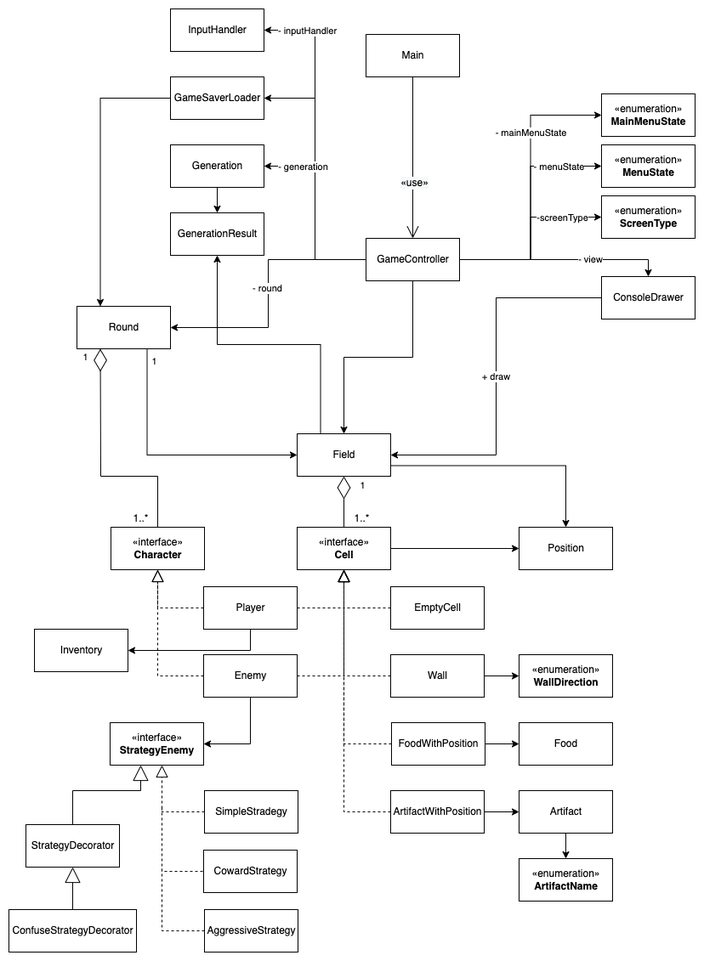
Earlier version of the draw.io export img/Logic.png (MariaChizhova/HSE-SD-Roguelike). Source tidied: cells renumbered, new cells last; positions are measured from the earlier drawing's top-left corner, leaving out a move shared by most shapes.
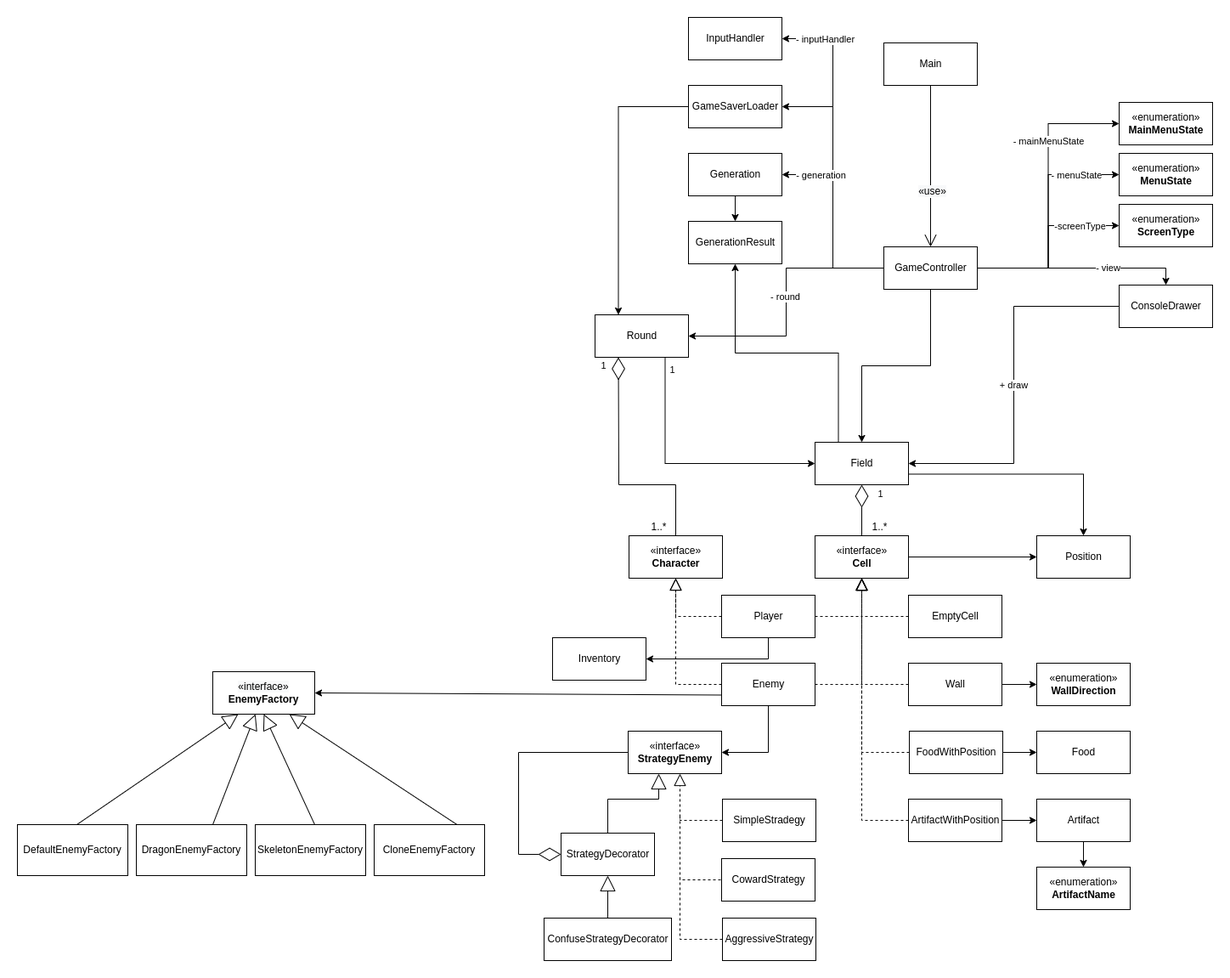
Later version of the same file.

Change to the diagram source:
```diff
@@ -305,10 +305,10 @@
       </mxGeometry>
     </mxCell>
     <mxCell id="80" value="&lt;pre style=&quot;background-color: rgb(255 , 255 , 255) ; color: rgb(8 , 8 , 8)&quot;&gt;&lt;span style=&quot;color: rgb(0 , 0 , 0)&quot;&gt;&lt;font face=&quot;Helvetica&quot;&gt;StrategyDecorator&lt;/font&gt;&lt;/span&gt;&lt;/pre&gt;" style="html=1;" parent="1" vertex="1">
-      <mxGeometry x="20" y="960" width="110" height="50" as="geometry" />
+      <mxGeometry x="40" y="960" width="110" height="50" as="geometry" />
     </mxCell>
     <mxCell id="81" value="&lt;pre style=&quot;background-color: rgb(255 , 255 , 255) ; color: rgb(8 , 8 , 8)&quot;&gt;&lt;span style=&quot;color: rgb(0 , 0 , 0)&quot;&gt;&lt;font face=&quot;Helvetica&quot;&gt;ConfuseStrategyDecorator&lt;/font&gt;&lt;/span&gt;&lt;/pre&gt;" style="html=1;" parent="1" vertex="1">
-      <mxGeometry y="1060" width="150" height="50" as="geometry" />
+      <mxGeometry x="20" y="1060" width="150" height="50" as="geometry" />
     </mxCell>
     <mxCell id="82" style="endArrow=block;endSize=16;endFill=0;html=1;rounded=0;fontFamily=Helvetica;exitX=0.5;exitY=0;exitDx=0;exitDy=0;" parent="1" edge="1" source="81" target="80">
       <mxGeometry relative="1" as="geometry" />
@@ -317,10 +317,63 @@
       <mxGeometry relative="1" as="geometry">
         <mxPoint x="155" y="890" as="targetPoint" />
         <Array as="points">
-          <mxPoint x="75" y="920" />
+          <mxPoint x="95" y="920" />
           <mxPoint x="155" y="920" />
         </Array>
       </mxGeometry>
     </mxCell>
+    <mxCell id="84" style="endArrow=diamondThin;endFill=0;endSize=24;html=1;rounded=0;entryX=0;entryY=0.5;entryDx=0;entryDy=0;exitX=0;exitY=0.5;exitDx=0;exitDy=0;" parent="1" edge="1" source="21" target="80">
+      <mxGeometry relative="1" as="geometry">
+        <Array as="points">
+          <mxPoint x="-10" y="865" />
+          <mxPoint x="-10" y="985" />
+        </Array>
+      </mxGeometry>
+    </mxCell>
+    <mxCell id="85" value="&lt;span style=&quot;color: rgb(0 , 0 , 0) ; font-family: &amp;#34;helvetica&amp;#34; ; font-size: 12px ; font-style: normal ; font-weight: 400 ; letter-spacing: normal ; text-align: center ; text-indent: 0px ; text-transform: none ; word-spacing: 0px ; background-color: rgb(248 , 249 , 250) ; display: inline ; float: none&quot;&gt;«interface»&lt;/span&gt;&lt;br style=&quot;color: rgb(0 , 0 , 0) ; font-family: &amp;#34;helvetica&amp;#34; ; font-size: 12px ; font-style: normal ; font-weight: 400 ; letter-spacing: normal ; text-align: center ; text-indent: 0px ; text-transform: none ; word-spacing: 0px ; background-color: rgb(248 , 249 , 250)&quot;&gt;&lt;font face=&quot;helvetica&quot;&gt;&lt;b&gt;EnemyFactory&lt;/b&gt;&lt;/font&gt;" style="rounded=0;whiteSpace=wrap;html=1;" parent="1" vertex="1">
+      <mxGeometry x="-370" y="770" width="120" height="50" as="geometry" />
+    </mxCell>
+    <mxCell id="86" value="DefaultEnemyFactory" style="rounded=0;whiteSpace=wrap;html=1;" parent="1" vertex="1">
+      <mxGeometry x="-600" y="950" width="130" height="60" as="geometry" />
+    </mxCell>
+    <mxCell id="87" value="DragonEnemyFactory" style="rounded=0;whiteSpace=wrap;html=1;" parent="1" vertex="1">
+      <mxGeometry x="-460" y="950" width="130" height="60" as="geometry" />
+    </mxCell>
+    <mxCell id="88" value="SkeletonEnemyFactory" style="rounded=0;whiteSpace=wrap;html=1;" parent="1" vertex="1">
+      <mxGeometry x="-320" y="950" width="130" height="60" as="geometry" />
+    </mxCell>
+    <mxCell id="89" value="CloneEnemyFactory" style="rounded=0;whiteSpace=wrap;html=1;" parent="1" vertex="1">
+      <mxGeometry x="-180" y="950" width="130" height="60" as="geometry" />
+    </mxCell>
+    <mxCell id="90" style="endArrow=block;endSize=16;endFill=0;html=1;rounded=0;fontFamily=Helvetica;entryX=0.25;entryY=1;entryDx=0;entryDy=0;" parent="1" edge="1" target="85">
+      <mxGeometry relative="1" as="geometry">
+        <mxPoint x="-530" y="950" as="sourcePoint" />
+        <Array as="points">
+          <mxPoint x="-540" y="950" />
+          <mxPoint x="-530" y="950" />
+        </Array>
+      </mxGeometry>
+    </mxCell>
+    <mxCell id="91" style="endArrow=block;endSize=16;endFill=0;html=1;rounded=0;fontFamily=Helvetica;" parent="1" edge="1" target="85">
+      <mxGeometry relative="1" as="geometry">
+        <mxPoint x="-370" y="950" as="sourcePoint" />
+        <Array as="points">
+          <mxPoint x="-370" y="950" />
+        </Array>
+      </mxGeometry>
+    </mxCell>
+    <mxCell id="92" style="endArrow=block;endSize=16;endFill=0;html=1;rounded=0;fontFamily=Helvetica;entryX=0.5;entryY=1;entryDx=0;entryDy=0;exitX=0.5;exitY=0;exitDx=0;exitDy=0;" parent="1" edge="1" source="88" target="85">
+      <mxGeometry relative="1" as="geometry">
+        <Array as="points">
+          <mxPoint x="-250" y="950" />
+        </Array>
+      </mxGeometry>
+    </mxCell>
+    <mxCell id="93" style="endArrow=block;endSize=16;endFill=0;html=1;rounded=0;fontFamily=Helvetica;entryX=0.75;entryY=1;entryDx=0;entryDy=0;exitX=0.75;exitY=0;exitDx=0;exitDy=0;" parent="1" edge="1" source="89" target="85">
+      <mxGeometry relative="1" as="geometry" />
+    </mxCell>
+    <mxCell id="94" style="rounded=0;jettySize=auto;html=1;entryX=1;entryY=0.5;entryDx=0;entryDy=0;exitX=0;exitY=0.75;exitDx=0;exitDy=0;" parent="1" edge="1" source="15" target="85">
+      <mxGeometry relative="1" as="geometry" />
+    </mxCell>
   </root>
 </mxGraphModel>
```
